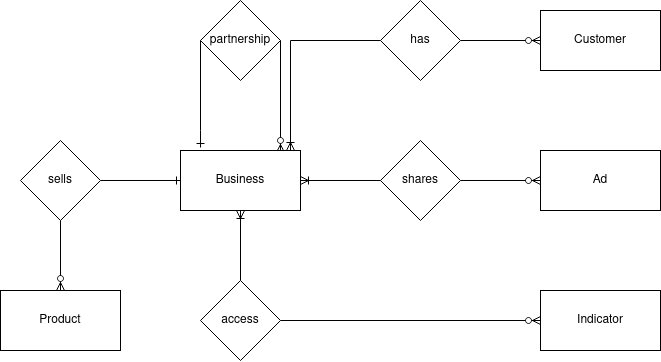
This is images/diagram2.png from ig-oramos/oplab-challenge, a draw.io export, as it was before one commit. Source tidied: cells renumbered, new cells last; positions are measured from the earlier drawing's top-left corner, leaving out a move shared by most shapes.
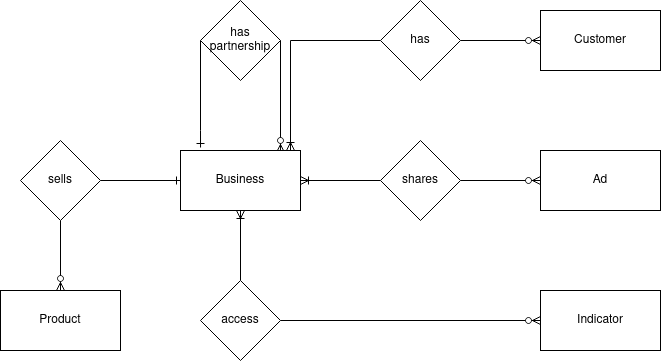
The same file after the commit.

What changed in the source:
```diff
@@ -55,7 +55,7 @@
         </Array>
       </mxGeometry>
     </mxCell>
-    <mxCell id="15" value="partnership" style="rhombus;whiteSpace=wrap;html=1;rounded=0;" parent="1" vertex="1">
+    <mxCell id="15" value="has partnership" style="rhombus;whiteSpace=wrap;html=1;rounded=0;" parent="1" vertex="1">
       <mxGeometry x="200" width="80" height="80" as="geometry" />
     </mxCell>
     <mxCell id="16" style="edgeStyle=orthogonalEdgeStyle;rounded=0;jettySize=auto;html=1;startArrow=none;startFill=0;endArrow=ERzeroToMany;endFill=1;" parent="1" edge="1" source="17" target="18">
```
